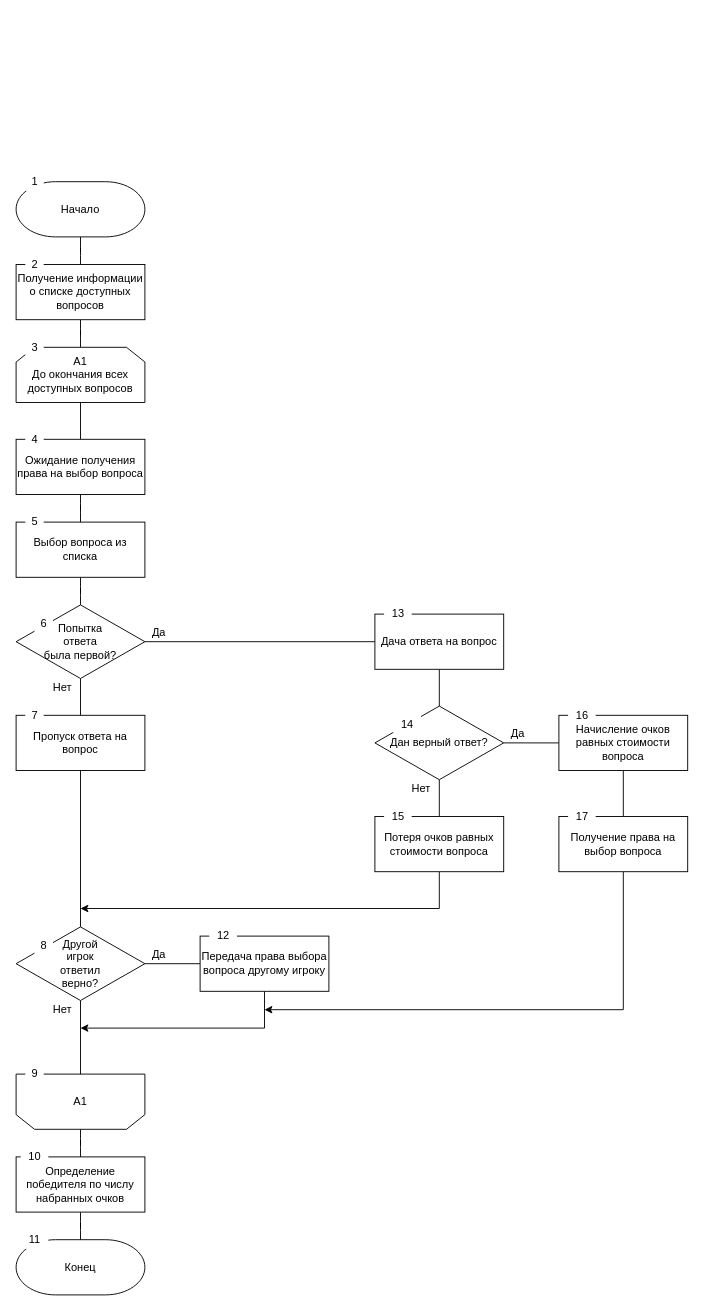
Earlier version of the draw.io diagram Docs/attachments/game_player_alg.drawio (Romich-Moroz/Jeopardy). Source tidied: cells renumbered, new cells numbered last; positions are measured from the earlier drawing's top-left corner, leaving out a move shared by most shapes. Both pictures are drawn from the tidied source at 92%, with x=0, y=0 at pixel (16, 172).
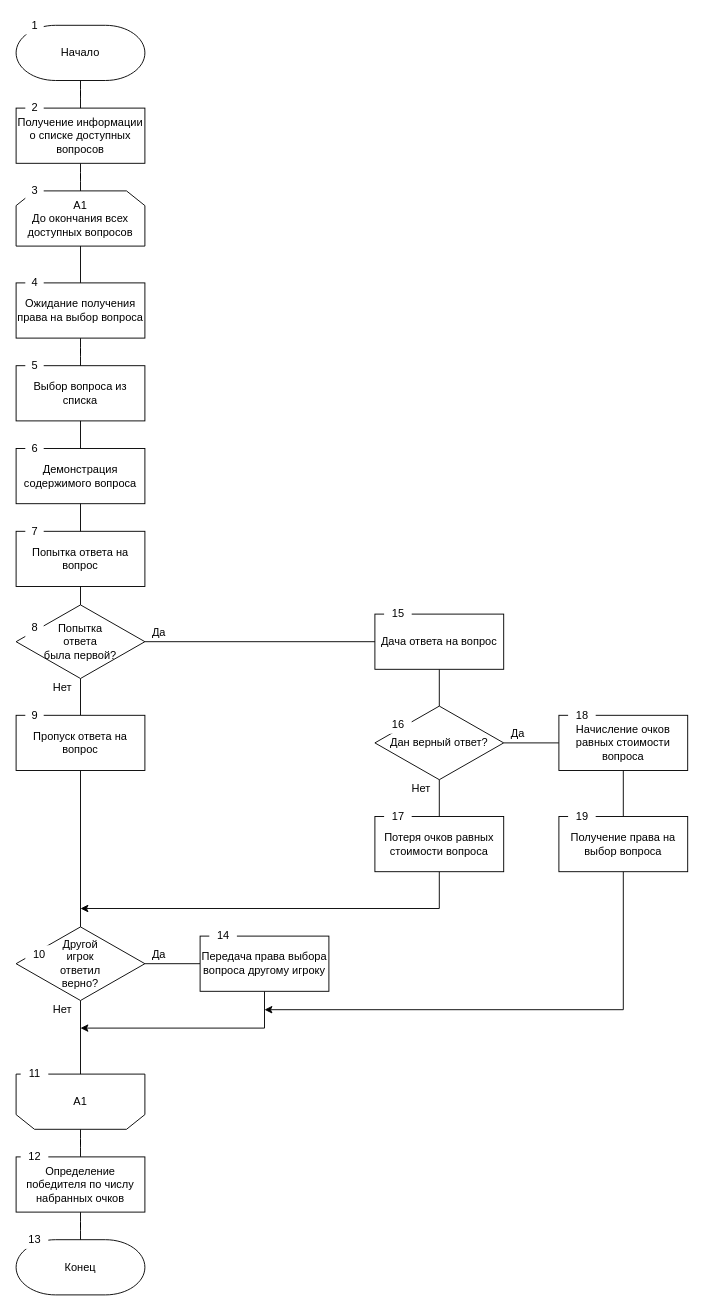
The same page after the edit.

Unchanged cells that the change refers to:
```xml
<mxCell id="15" value="Попытка &lt;br&gt;ответа &lt;br&gt;была первой?" style="rhombus;whiteSpace=wrap;html=1;strokeWidth=1;" parent="1" vertex="1">
  <mxGeometry y="470" width="140" height="80" as="geometry" />
</mxCell>
```

Diff of the diagram source:
```diff
@@
     <mxCell id="3" value="Получение информации&lt;br&gt;о списке доступных вопросов" style="rounded=0;whiteSpace=wrap;html=1;" parent="1" vertex="1">
-      <mxGeometry y="100" width="140" height="60" as="geometry" />
+      <mxGeometry y="-70" width="140" height="60" as="geometry" />
     </mxCell>
@@
     <mxCell id="5" value="Начало" style="strokeWidth=1;html=1;shape=mxgraph.flowchart.terminator;whiteSpace=wrap;fontStyle=0;" parent="1" vertex="1">
-      <mxGeometry y="10" width="140" height="60" as="geometry" />
+      <mxGeometry y="-160" width="140" height="60" as="geometry" />
     </mxCell>
@@
     <mxCell id="7" value="А1&lt;br&gt;До окончания всех доступных вопросов" style="shape=loopLimit;whiteSpace=wrap;html=1;strokeWidth=1;" parent="1" vertex="1">
-      <mxGeometry y="190" width="140" height="60" as="geometry" />
+      <mxGeometry y="20" width="140" height="60" as="geometry" />
     </mxCell>
@@
-    <mxCell id="9" style="edgeStyle=orthogonalEdgeStyle;rounded=1;jettySize=auto;html=1;entryX=0.5;entryY=0;entryDx=0;entryDy=0;endArrow=none;" parent="1" edge="1" source="10" target="15">
-      <mxGeometry relative="1" as="geometry" />
-    </mxCell>
     <mxCell id="10" value="Выбор вопроса из списка" style="rounded=0;whiteSpace=wrap;html=1;" parent="1" vertex="1">
-      <mxGeometry y="380" width="140" height="60" as="geometry" />
+      <mxGeometry y="210" width="140" height="60" as="geometry" />
     </mxCell>
@@
     <mxCell id="17" value="Ожидание получения права на выбор вопроса" style="rounded=0;whiteSpace=wrap;html=1;" parent="1" vertex="1">
-      <mxGeometry y="290" width="140" height="60" as="geometry" />
+      <mxGeometry y="120" width="140" height="60" as="geometry" />
     </mxCell>
@@
     <mxCell id="44" value="1" style="text;html=1;align=center;verticalAlign=middle;fillColor=#ffffff;" parent="1" vertex="1">
-      <mxGeometry x="10" width="20" height="20" as="geometry" />
+      <mxGeometry x="10" y="-170" width="20" height="20" as="geometry" />
     </mxCell>
     <mxCell id="45" value="2" style="text;html=1;align=center;verticalAlign=middle;fillColor=#ffffff;" parent="1" vertex="1">
-      <mxGeometry x="10" y="90" width="20" height="20" as="geometry" />
+      <mxGeometry x="10" y="-80" width="20" height="20" as="geometry" />
     </mxCell>
     <mxCell id="46" value="3" style="text;html=1;align=center;verticalAlign=middle;fillColor=#ffffff;" parent="1" vertex="1">
-      <mxGeometry x="10" y="180" width="20" height="20" as="geometry" />
+      <mxGeometry x="10" y="10" width="20" height="20" as="geometry" />
     </mxCell>
     <mxCell id="47" value="4" style="text;html=1;align=center;verticalAlign=middle;fillColor=#ffffff;" parent="1" vertex="1">
-      <mxGeometry x="10" y="280" width="20" height="20" as="geometry" />
+      <mxGeometry x="10" y="110" width="20" height="20" as="geometry" />
     </mxCell>
     <mxCell id="48" value="5" style="text;html=1;align=center;verticalAlign=middle;fillColor=#ffffff;" parent="1" vertex="1">
-      <mxGeometry x="10" y="370" width="20" height="20" as="geometry" />
+      <mxGeometry x="10" y="200" width="20" height="20" as="geometry" />
     </mxCell>
-    <mxCell id="49" value="6" style="text;html=1;align=center;verticalAlign=middle;fillColor=#ffffff;" parent="1" vertex="1">
-      <mxGeometry x="20" y="480" width="20" height="20" as="geometry" />
+    <mxCell id="49" value="8" style="text;html=1;align=center;verticalAlign=middle;fillColor=#ffffff;" parent="1" vertex="1">
+      <mxGeometry x="10" y="485" width="20" height="20" as="geometry" />
     </mxCell>
-    <mxCell id="50" value="7" style="text;html=1;align=center;verticalAlign=middle;fillColor=#ffffff;" parent="1" vertex="1">
+    <mxCell id="50" value="9" style="text;html=1;align=center;verticalAlign=middle;fillColor=#ffffff;" parent="1" vertex="1">
       <mxGeometry x="10" y="580" width="20" height="20" as="geometry" />
     </mxCell>
-    <mxCell id="51" value="8" style="text;html=1;align=center;verticalAlign=middle;fillColor=#ffffff;" parent="1" vertex="1">
-      <mxGeometry x="20" y="830" width="20" height="20" as="geometry" />
+    <mxCell id="51" value="10" style="text;html=1;align=center;verticalAlign=middle;fillColor=#ffffff;" parent="1" vertex="1">
+      <mxGeometry x="10" y="840" width="30" height="20" as="geometry" />
     </mxCell>
-    <mxCell id="52" value="9" style="text;html=1;align=center;verticalAlign=middle;fillColor=#ffffff;" parent="1" vertex="1">
-      <mxGeometry x="10" y="970" width="20" height="20" as="geometry" />
+    <mxCell id="52" value="11" style="text;html=1;align=center;verticalAlign=middle;fillColor=#ffffff;" parent="1" vertex="1">
+      <mxGeometry x="5" y="970" width="30" height="20" as="geometry" />
     </mxCell>
-    <mxCell id="53" value="10" style="text;html=1;align=center;verticalAlign=middle;fillColor=#ffffff;" parent="1" vertex="1">
+    <mxCell id="53" value="12" style="text;html=1;align=center;verticalAlign=middle;fillColor=#ffffff;" parent="1" vertex="1">
       <mxGeometry x="5" y="1060" width="30" height="20" as="geometry" />
     </mxCell>
-    <mxCell id="54" value="11" style="text;html=1;align=center;verticalAlign=middle;fillColor=#ffffff;" parent="1" vertex="1">
+    <mxCell id="54" value="13" style="text;html=1;align=center;verticalAlign=middle;fillColor=#ffffff;" parent="1" vertex="1">
       <mxGeometry x="5" y="1150" width="30" height="20" as="geometry" />
     </mxCell>
-    <mxCell id="55" value="12" style="text;html=1;align=center;verticalAlign=middle;fillColor=#ffffff;" parent="1" vertex="1">
+    <mxCell id="55" value="14" style="text;html=1;align=center;verticalAlign=middle;fillColor=#ffffff;" parent="1" vertex="1">
       <mxGeometry x="210" y="820" width="30" height="20" as="geometry" />
     </mxCell>
-    <mxCell id="56" value="13" style="text;html=1;align=center;verticalAlign=middle;fillColor=#ffffff;" parent="1" vertex="1">
+    <mxCell id="56" value="15" style="text;html=1;align=center;verticalAlign=middle;fillColor=#ffffff;" parent="1" vertex="1">
       <mxGeometry x="400" y="470" width="30" height="20" as="geometry" />
     </mxCell>
-    <mxCell id="57" value="14" style="text;html=1;align=center;verticalAlign=middle;fillColor=#ffffff;" parent="1" vertex="1">
-      <mxGeometry x="410" y="590" width="30" height="20" as="geometry" />
+    <mxCell id="57" value="16" style="text;html=1;align=center;verticalAlign=middle;fillColor=#ffffff;" parent="1" vertex="1">
+      <mxGeometry x="400" y="590" width="30" height="20" as="geometry" />
     </mxCell>
-    <mxCell id="58" value="15" style="text;html=1;align=center;verticalAlign=middle;fillColor=#ffffff;" parent="1" vertex="1">
+    <mxCell id="58" value="17" style="text;html=1;align=center;verticalAlign=middle;fillColor=#ffffff;" parent="1" vertex="1">
       <mxGeometry x="400" y="690" width="30" height="20" as="geometry" />
     </mxCell>
-    <mxCell id="59" value="16" style="text;html=1;align=center;verticalAlign=middle;fillColor=#ffffff;" parent="1" vertex="1">
+    <mxCell id="59" value="18" style="text;html=1;align=center;verticalAlign=middle;fillColor=#ffffff;" parent="1" vertex="1">
       <mxGeometry x="600" y="580" width="30" height="20" as="geometry" />
     </mxCell>
-    <mxCell id="60" value="17" style="text;html=1;align=center;verticalAlign=middle;fillColor=#ffffff;" parent="1" vertex="1">
+    <mxCell id="60" value="19" style="text;html=1;align=center;verticalAlign=middle;fillColor=#ffffff;" parent="1" vertex="1">
       <mxGeometry x="600" y="690" width="30" height="20" as="geometry" />
     </mxCell>
+    <mxCell id="61" value="Демонстрация содержимого вопроса" style="rounded=0;whiteSpace=wrap;html=1;" parent="1" vertex="1">
+      <mxGeometry y="300" width="140" height="60" as="geometry" />
+    </mxCell>
+    <mxCell id="62" style="edgeStyle=orthogonalEdgeStyle;rounded=1;jettySize=auto;html=1;entryX=0.5;entryY=0;entryDx=0;entryDy=0;endArrow=none;exitX=0.5;exitY=1;exitDx=0;exitDy=0;" parent="1" edge="1" source="10" target="61">
+      <mxGeometry relative="1" as="geometry" />
+    </mxCell>
+    <mxCell id="63" value="Попытка ответа на вопрос" style="rounded=0;whiteSpace=wrap;html=1;" parent="1" vertex="1">
+      <mxGeometry y="390" width="140" height="60" as="geometry" />
+    </mxCell>
+    <mxCell id="64" style="edgeStyle=orthogonalEdgeStyle;rounded=1;jettySize=auto;html=1;entryX=0.5;entryY=0;entryDx=0;entryDy=0;endArrow=none;exitX=0.5;exitY=1;exitDx=0;exitDy=0;" parent="1" edge="1" source="61" target="63">
+      <mxGeometry relative="1" as="geometry" />
+    </mxCell>
+    <mxCell id="65" style="edgeStyle=orthogonalEdgeStyle;rounded=1;jettySize=auto;html=1;entryX=0.5;entryY=0;entryDx=0;entryDy=0;endArrow=none;exitX=0.5;exitY=1;exitDx=0;exitDy=0;" parent="1" edge="1" source="63" target="15">
+      <mxGeometry relative="1" as="geometry" />
+    </mxCell>
+    <mxCell id="66" value="6" style="text;html=1;align=center;verticalAlign=middle;fillColor=#ffffff;" parent="1" vertex="1">
+      <mxGeometry x="10" y="290" width="20" height="20" as="geometry" />
+    </mxCell>
+    <mxCell id="67" value="7" style="text;html=1;align=center;verticalAlign=middle;fillColor=#ffffff;" parent="1" vertex="1">
+      <mxGeometry x="10" y="380" width="20" height="20" as="geometry" />
+    </mxCell>
```
